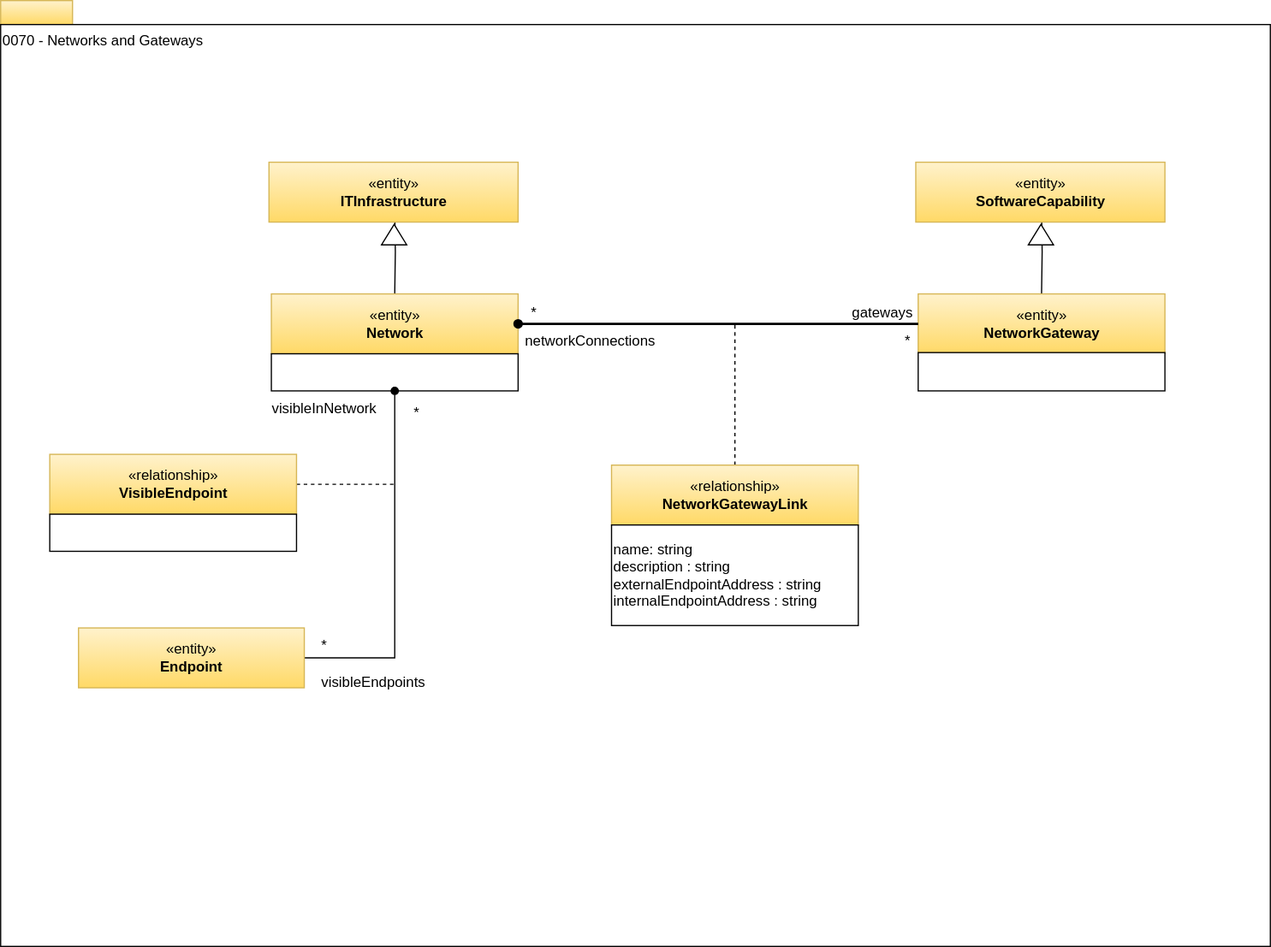
Before: site/docs/types/0/0070-Networks-and-Gateways.svg, a diagram exported from draw.io (odpi/egeria-docs). Source tidied: cells renumbered, new cells last; positions are measured from the earlier drawing's top-left corner, leaving out a move shared by most shapes.
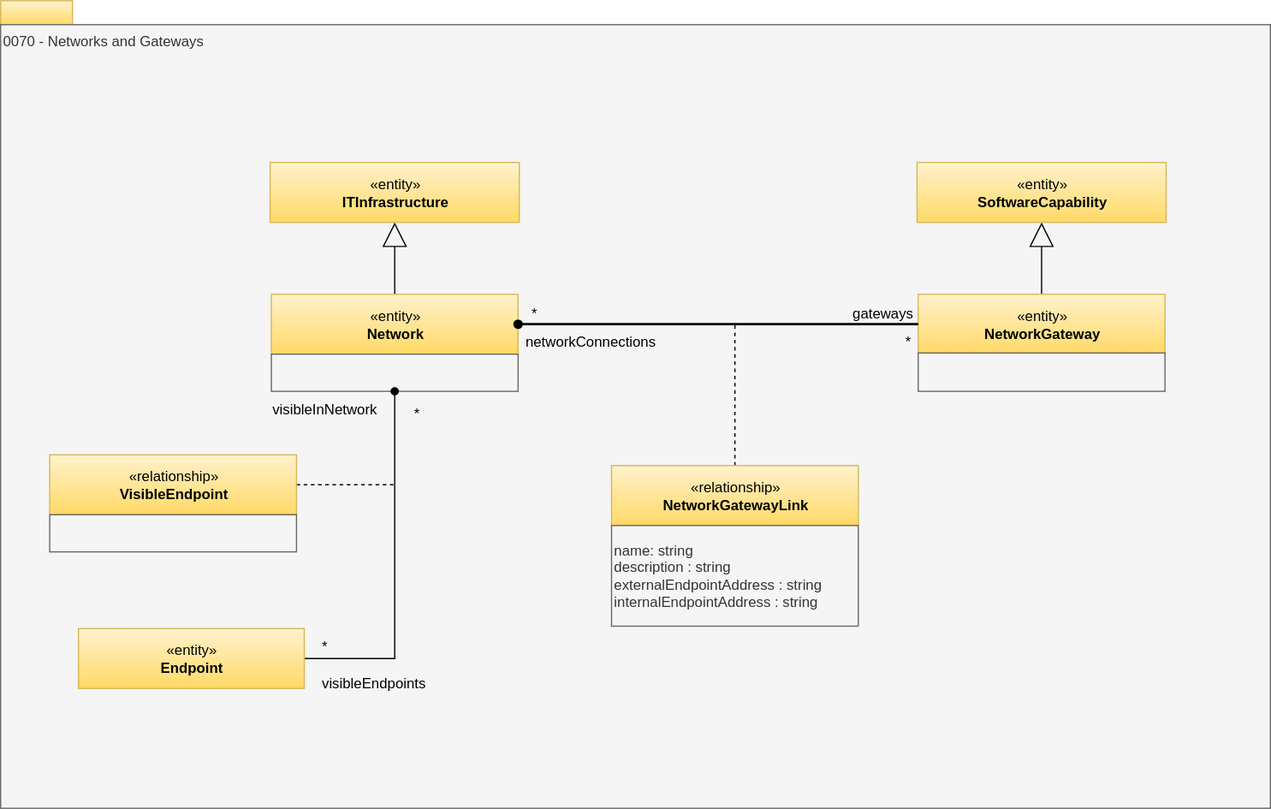
Later version of the same file.

What changed in the source:
```diff
@@ -5,97 +5,87 @@
     <mxCell id="2" style="rounded=0;whiteSpace=wrap;html=1;align=left;fillColor=#fff2cc;strokeColor=#d6b656;gradientColor=#ffd966;" parent="1" vertex="1">
       <mxGeometry width="60" height="20" as="geometry" />
     </mxCell>
-    <mxCell id="3" value="0070 - Networks and Gateways" style="rounded=0;whiteSpace=wrap;html=1;align=left;verticalAlign=top;" parent="1" vertex="1">
-      <mxGeometry y="20" width="1060" height="770" as="geometry" />
+    <mxCell id="3" value="0070 - Networks and Gateways" style="rounded=0;whiteSpace=wrap;html=1;align=left;verticalAlign=top;fillColor=#f5f5f5;fontColor=#333333;strokeColor=#666666;" parent="1" vertex="1">
+      <mxGeometry y="20" width="1060" height="654" as="geometry" />
     </mxCell>
-    <mxCell id="4" style="edgeStyle=orthogonalEdgeStyle;rounded=0;html=1;endArrow=none;endFill=0;jettySize=auto;" parent="1" edge="1" target="5">
-      <mxGeometry relative="1" as="geometry">
-        <mxPoint x="329" y="174" as="sourcePoint" />
-      </mxGeometry>
+    <mxCell id="4" style="edgeStyle=orthogonalEdgeStyle;rounded=0;jettySize=auto;html=1;exitX=0.5;exitY=0;exitDx=0;exitDy=0;endArrow=block;endFill=0;strokeWidth=1;endSize=18;" parent="1" edge="1" source="5" target="7">
+      <mxGeometry relative="1" as="geometry" />
     </mxCell>
     <mxCell id="5" value="«entity»&lt;br&gt;&lt;b&gt;Network&lt;/b&gt;" style="html=1;strokeColor=#d6b656;align=center;fillColor=#fff2cc;gradientColor=#ffd966;" parent="1" vertex="1">
       <mxGeometry x="226" y="245" width="206" height="50" as="geometry" />
     </mxCell>
-    <mxCell id="6" style="rounded=0;whiteSpace=wrap;html=1;strokeColor=#000000;gradientColor=#ffffff;align=center;" parent="1" vertex="1">
+    <mxCell id="6" style="rounded=0;whiteSpace=wrap;html=1;strokeColor=#666666;align=center;fillColor=#f5f5f5;fontColor=#333333;" parent="1" vertex="1">
       <mxGeometry x="226" y="295" width="206" height="31" as="geometry" />
     </mxCell>
-    <mxCell id="7" style="triangle;whiteSpace=wrap;html=1;strokeColor=#000000;gradientColor=#ffffff;align=center;rotation=-90;" parent="1" vertex="1">
-      <mxGeometry x="320" y="185" width="17" height="21" as="geometry" />
+    <mxCell id="7" value="«entity»&lt;br&gt;&lt;b&gt;ITInfrastructure&lt;/b&gt;" style="html=1;strokeColor=#d6b656;align=center;fillColor=#fff2cc;gradientColor=#ffd966;" parent="1" vertex="1">
+      <mxGeometry x="225" y="135" width="208" height="50" as="geometry" />
     </mxCell>
-    <mxCell id="8" value="«entity»&lt;br&gt;&lt;b&gt;ITInfrastructure&lt;/b&gt;" style="html=1;strokeColor=#d6b656;align=center;fillColor=#fff2cc;gradientColor=#ffd966;" parent="1" vertex="1">
-      <mxGeometry x="224" y="135" width="208" height="50" as="geometry" />
+    <mxCell id="8" style="edgeStyle=orthogonalEdgeStyle;rounded=0;html=1;exitX=1;exitY=0.5;endArrow=none;endFill=0;jettySize=auto;dashed=1;exitDx=0;exitDy=0;" parent="1" edge="1" source="9">
+      <mxGeometry relative="1" as="geometry">
+        <mxPoint x="329" y="404" as="targetPoint" />
+      </mxGeometry>
     </mxCell>
-    <mxCell id="9" style="edgeStyle=orthogonalEdgeStyle;rounded=0;html=1;exitX=1;exitY=0.5;endArrow=none;endFill=0;jettySize=auto;dashed=1;exitDx=0;exitDy=0;" parent="1" edge="1" source="10">
-      <mxGeometry relative="1" as="geometry">
-        <mxPoint x="329" y="404" as="targetPoint" />
-      </mxGeometry>
+    <mxCell id="9" value="«relationship»&lt;br&gt;&lt;b&gt;VisibleEndpoint&lt;/b&gt;" style="html=1;strokeColor=#d6b656;align=center;fillColor=#fff2cc;gradientColor=#ffd966;" parent="1" vertex="1">
+      <mxGeometry x="41" y="379" width="206" height="50" as="geometry" />
     </mxCell>
-    <mxCell id="10" value="«relationship»&lt;br&gt;&lt;b&gt;VisibleEndpoint&lt;/b&gt;" style="html=1;strokeColor=#d6b656;align=center;fillColor=#fff2cc;gradientColor=#ffd966;" parent="1" vertex="1">
-      <mxGeometry x="41" y="379" width="206" height="50" as="geometry" />
+    <mxCell id="10" style="rounded=0;whiteSpace=wrap;html=1;strokeColor=#666666;align=center;fillColor=#f5f5f5;fontColor=#333333;" parent="1" vertex="1">
+      <mxGeometry x="41" y="429" width="206" height="31" as="geometry" />
     </mxCell>
-    <mxCell id="11" style="rounded=0;whiteSpace=wrap;html=1;strokeColor=#000000;gradientColor=#ffffff;align=center;" parent="1" vertex="1">
-      <mxGeometry x="41" y="429" width="206" height="31" as="geometry" />
+    <mxCell id="11" style="edgeStyle=orthogonalEdgeStyle;rounded=0;jettySize=auto;html=1;exitX=0.5;exitY=0;exitDx=0;exitDy=0;endArrow=block;endFill=0;endSize=18;" parent="1" edge="1" source="12" target="14">
+      <mxGeometry relative="1" as="geometry" />
     </mxCell>
-    <mxCell id="12" style="edgeStyle=orthogonalEdgeStyle;rounded=0;html=1;endArrow=none;endFill=0;jettySize=auto;" parent="1" edge="1" target="13">
-      <mxGeometry relative="1" as="geometry">
-        <mxPoint x="869" y="174" as="sourcePoint" />
-      </mxGeometry>
+    <mxCell id="12" value="«entity»&lt;br&gt;&lt;b&gt;NetworkGateway&lt;/b&gt;&lt;br&gt;" style="html=1;strokeColor=#d6b656;align=center;fillColor=#fff2cc;gradientColor=#ffd966;" parent="1" vertex="1">
+      <mxGeometry x="766" y="245" width="206" height="50" as="geometry" />
     </mxCell>
-    <mxCell id="13" value="«entity»&lt;br&gt;&lt;b&gt;NetworkGateway&lt;/b&gt;&lt;br&gt;" style="html=1;strokeColor=#d6b656;align=center;fillColor=#fff2cc;gradientColor=#ffd966;" parent="1" vertex="1">
-      <mxGeometry x="766" y="245" width="206" height="50" as="geometry" />
+    <mxCell id="13" style="rounded=0;whiteSpace=wrap;html=1;strokeColor=#666666;align=center;fillColor=#f5f5f5;fontColor=#333333;" parent="1" vertex="1">
+      <mxGeometry x="766" y="294" width="206" height="32" as="geometry" />
     </mxCell>
-    <mxCell id="14" style="rounded=0;whiteSpace=wrap;html=1;strokeColor=#000000;gradientColor=#ffffff;align=center;" parent="1" vertex="1">
-      <mxGeometry x="766" y="294" width="206" height="32" as="geometry" />
+    <mxCell id="14" value="«entity»&lt;br&gt;&lt;b&gt;SoftwareCapability&lt;/b&gt;" style="html=1;strokeColor=#d6b656;align=center;fillColor=#fff2cc;gradientColor=#ffd966;" parent="1" vertex="1">
+      <mxGeometry x="765" y="135" width="208" height="50" as="geometry" />
     </mxCell>
-    <mxCell id="15" style="triangle;whiteSpace=wrap;html=1;strokeColor=#000000;gradientColor=#ffffff;align=center;rotation=-90;" parent="1" vertex="1">
-      <mxGeometry x="860" y="185" width="17" height="21" as="geometry" />
+    <mxCell id="15" style="edgeStyle=orthogonalEdgeStyle;rounded=0;html=1;exitX=0.5;exitY=0;dashed=1;endArrow=none;endFill=0;jettySize=auto;" parent="1" edge="1" source="16">
+      <mxGeometry relative="1" as="geometry">
+        <mxPoint x="613" y="268" as="targetPoint" />
+      </mxGeometry>
     </mxCell>
-    <mxCell id="16" value="«entity»&lt;br&gt;&lt;b&gt;SoftwareCapability&lt;/b&gt;" style="html=1;strokeColor=#d6b656;align=center;fillColor=#fff2cc;gradientColor=#ffd966;" parent="1" vertex="1">
-      <mxGeometry x="764" y="135" width="208" height="50" as="geometry" />
+    <mxCell id="16" value="«relationship»&lt;br&gt;&lt;b&gt;NetworkGatewayLink&lt;/b&gt;" style="html=1;strokeColor=#d6b656;align=center;fillColor=#fff2cc;gradientColor=#ffd966;" parent="1" vertex="1">
+      <mxGeometry x="510" y="388" width="206" height="50" as="geometry" />
     </mxCell>
-    <mxCell id="17" style="edgeStyle=orthogonalEdgeStyle;rounded=0;html=1;exitX=0.5;exitY=0;dashed=1;endArrow=none;endFill=0;jettySize=auto;" parent="1" edge="1" source="18">
-      <mxGeometry relative="1" as="geometry">
-        <mxPoint x="613" y="268" as="targetPoint" />
-      </mxGeometry>
+    <mxCell id="17" value="name: string&lt;br&gt;description : string&lt;br&gt;externalEndpointAddress : string&lt;br&gt;internalEndpointAddress : string" style="rounded=0;whiteSpace=wrap;html=1;strokeColor=#666666;align=left;fillColor=#f5f5f5;fontColor=#333333;" parent="1" vertex="1">
+      <mxGeometry x="510" y="438" width="206" height="84" as="geometry" />
     </mxCell>
-    <mxCell id="18" value="«relationship»&lt;br&gt;&lt;b&gt;NetworkGatewayLink&lt;/b&gt;" style="html=1;strokeColor=#d6b656;align=center;fillColor=#fff2cc;gradientColor=#ffd966;" parent="1" vertex="1">
-      <mxGeometry x="510" y="388" width="206" height="50" as="geometry" />
+    <mxCell id="18" style="edgeStyle=orthogonalEdgeStyle;rounded=0;html=1;exitX=1;exitY=0.5;endArrow=oval;endFill=1;jettySize=auto;" parent="1" edge="1" source="19" target="6">
+      <mxGeometry relative="1" as="geometry" />
     </mxCell>
-    <mxCell id="19" value="name: string&lt;br&gt;description : string&lt;br&gt;externalEndpointAddress : string&lt;br&gt;internalEndpointAddress : string" style="rounded=0;whiteSpace=wrap;html=1;strokeColor=#000000;gradientColor=#ffffff;align=left;" parent="1" vertex="1">
-      <mxGeometry x="510" y="438" width="206" height="84" as="geometry" />
+    <mxCell id="19" value="«entity»&lt;br&gt;&lt;b&gt;Endpoint&lt;/b&gt;" style="html=1;strokeColor=#d6b656;align=center;fillColor=#fff2cc;gradientColor=#ffd966;" parent="1" vertex="1">
+      <mxGeometry x="65" y="524" width="188.5" height="50" as="geometry" />
     </mxCell>
-    <mxCell id="20" style="edgeStyle=orthogonalEdgeStyle;rounded=0;html=1;exitX=1;exitY=0.5;endArrow=oval;endFill=1;jettySize=auto;" parent="1" edge="1" source="21" target="6">
-      <mxGeometry relative="1" as="geometry" />
+    <mxCell id="20" value="gateways" style="text;html=1;align=center;verticalAlign=top;spacingTop=-4;" parent="1" vertex="1">
+      <mxGeometry x="705" y="251" width="61" height="14" as="geometry" />
     </mxCell>
-    <mxCell id="21" value="«entity»&lt;br&gt;&lt;b&gt;Endpoint&lt;/b&gt;" style="html=1;strokeColor=#d6b656;align=center;fillColor=#fff2cc;gradientColor=#ffd966;" parent="1" vertex="1">
-      <mxGeometry x="65" y="524" width="188.5" height="50" as="geometry" />
+    <mxCell id="21" value="*" style="text;html=1;points=[];align=center;verticalAlign=top;spacingTop=-4;" parent="1" vertex="1">
+      <mxGeometry x="262" y="529" width="15" height="14" as="geometry" />
     </mxCell>
-    <mxCell id="22" value="gateways" style="text;html=1;align=center;verticalAlign=top;spacingTop=-4;" parent="1" vertex="1">
-      <mxGeometry x="705" y="251" width="61" height="14" as="geometry" />
+    <mxCell id="22" value="*" style="text;html=1;align=center;verticalAlign=top;spacingTop=-4;" parent="1" vertex="1">
+      <mxGeometry x="339" y="335" width="15" height="14" as="geometry" />
     </mxCell>
     <mxCell id="23" value="*" style="text;html=1;align=center;verticalAlign=top;spacingTop=-4;" parent="1" vertex="1">
-      <mxGeometry x="262" y="529" width="15" height="14" as="geometry" />
+      <mxGeometry x="437" y="251" width="15" height="14" as="geometry" />
     </mxCell>
     <mxCell id="24" value="*" style="text;html=1;align=center;verticalAlign=top;spacingTop=-4;" parent="1" vertex="1">
-      <mxGeometry x="339" y="335" width="15" height="14" as="geometry" />
+      <mxGeometry x="749" y="275" width="15" height="14" as="geometry" />
     </mxCell>
-    <mxCell id="25" value="*" style="text;html=1;align=center;verticalAlign=top;spacingTop=-4;" parent="1" vertex="1">
-      <mxGeometry x="437" y="251" width="15" height="14" as="geometry" />
+    <mxCell id="25" value="networkConnections" style="text;html=1;align=center;verticalAlign=top;spacingTop=-4;" parent="1" vertex="1">
+      <mxGeometry x="432" y="275" width="119" height="14" as="geometry" />
     </mxCell>
-    <mxCell id="26" value="*" style="text;html=1;align=center;verticalAlign=top;spacingTop=-4;" parent="1" vertex="1">
-      <mxGeometry x="749" y="275" width="15" height="14" as="geometry" />
+    <mxCell id="26" value="visibleInNetwork" style="text;html=1;align=center;verticalAlign=top;spacingTop=-4;" parent="1" vertex="1">
+      <mxGeometry x="221" y="331" width="97" height="14" as="geometry" />
     </mxCell>
-    <mxCell id="27" value="networkConnections" style="text;html=1;align=center;verticalAlign=top;spacingTop=-4;" parent="1" vertex="1">
-      <mxGeometry x="432" y="275" width="119" height="14" as="geometry" />
+    <mxCell id="27" value="visibleEndpoints" style="text;html=1;align=center;verticalAlign=top;spacingTop=-4;" parent="1" vertex="1">
+      <mxGeometry x="262" y="560" width="97" height="14" as="geometry" />
     </mxCell>
-    <mxCell id="28" value="visibleInNetwork" style="text;html=1;align=center;verticalAlign=top;spacingTop=-4;" parent="1" vertex="1">
-      <mxGeometry x="221" y="331" width="97" height="14" as="geometry" />
+    <mxCell id="28" style="edgeStyle=orthogonalEdgeStyle;rounded=0;html=1;exitX=1;exitY=0.5;entryX=0;entryY=0.5;endArrow=none;endFill=0;jettySize=auto;strokeWidth=2;startArrow=oval;startFill=1;" parent="1" edge="1" source="5" target="12">
+      <mxGeometry relative="1" as="geometry" />
     </mxCell>
-    <mxCell id="29" value="visibleEndpoints" style="text;html=1;align=center;verticalAlign=top;spacingTop=-4;" parent="1" vertex="1">
-      <mxGeometry x="262" y="560" width="97" height="14" as="geometry" />
-    </mxCell>
-    <mxCell id="30" style="edgeStyle=orthogonalEdgeStyle;rounded=0;html=1;exitX=1;exitY=0.5;entryX=0;entryY=0.5;endArrow=none;endFill=0;jettySize=auto;strokeWidth=2;startArrow=oval;startFill=1;" parent="1" edge="1" source="5" target="13">
-      <mxGeometry relative="1" as="geometry" />
-    </mxCell>
   </root>
 </mxGraphModel>
```
